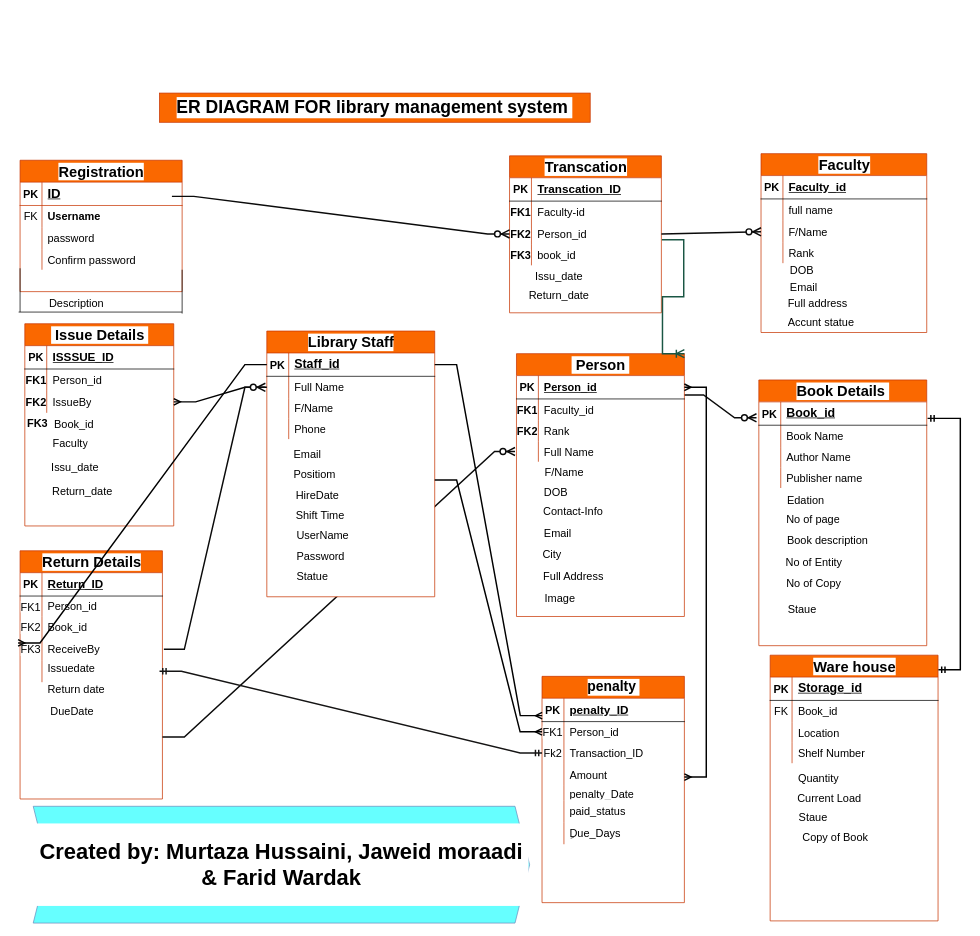
hussaini021/Library_management keeps this draw.io diagram as ER-Diagram-Library-management-System.drawio. Above is the earlier version. Source tidied: cells renumbered, new cells numbered last; positions are measured from the earlier drawing's top-left corner, leaving out a move shared by most shapes. Both pictures are drawn from the tidied source at 73%, with x=0, y=0 at pixel (18, 93).
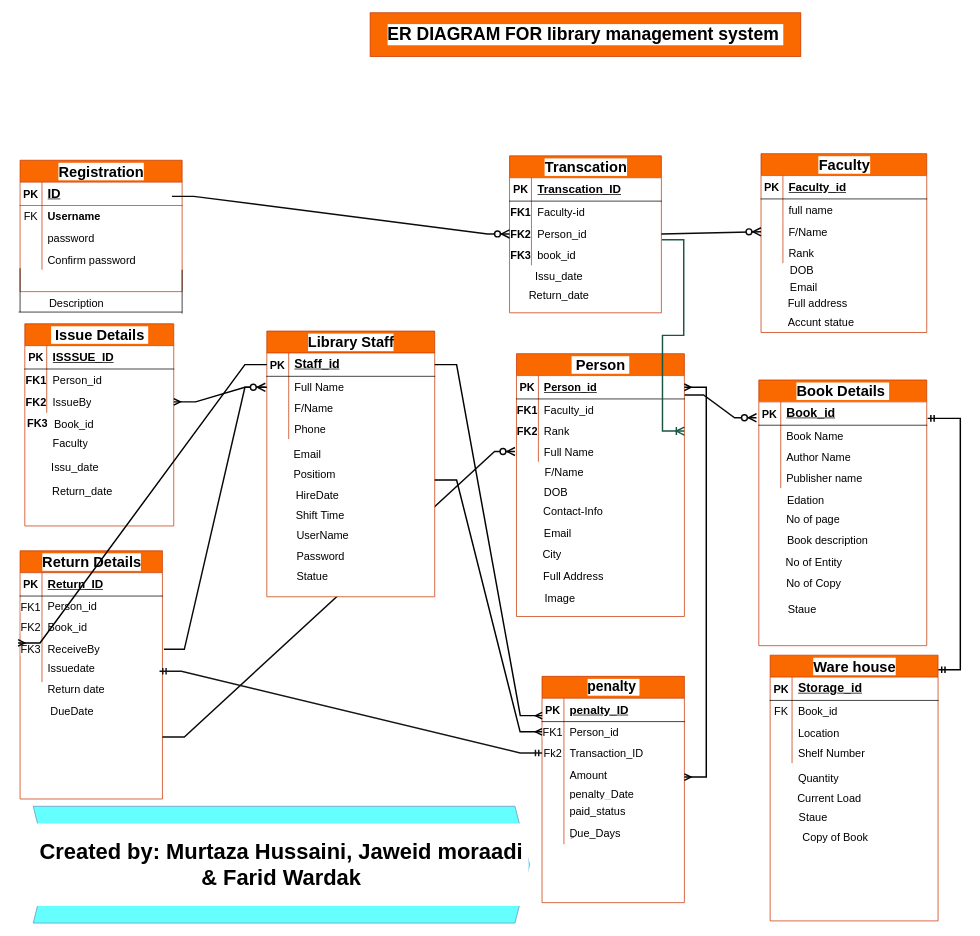
Above is the later version.

Unchanged cells that the change refers to:
```xml
<mxCell id="28" style="shape=tableRow;horizontal=0;startSize=0;swimlaneHead=0;swimlaneBody=0;fillColor=none;points=[[0,0.5],[1,0.5]];portConstraint=eastwest;top=0;left=0;right=0;bottom=0;labelBackgroundColor=#FFFFFF;fontSize=15;" parent="21" vertex="1">
  <mxGeometry y="92" width="208" height="30" as="geometry" />
</mxCell>
<mxCell id="86" value="&lt;font style=&quot;font-size: 20px;&quot;&gt;&amp;nbsp;Person&amp;nbsp;&lt;/font&gt;" style="shape=table;startSize=30;childLayout=tableLayout;rowLines=0;fontStyle=1;align=center;html=1;labelBackgroundColor=#FFFFFF;swimlaneFillColor=default;fontSize=15;fillColor=#fa6800;fontColor=#000000;strokeColor=#C73500;" parent="1" vertex="1">
  <mxGeometry x="682" y="357" width="230" height="360" as="geometry" />
</mxCell>
<mxCell id="93" style="shape=tableRow;horizontal=0;startSize=0;swimlaneHead=0;swimlaneBody=0;fillColor=none;points=[[0,0.5],[1,0.5]];portConstraint=eastwest;top=0;left=0;right=0;bottom=0;labelBackgroundColor=#FFFFFF;fontSize=15;" parent="86" vertex="1">
  <mxGeometry y="92" width="230" height="28" as="geometry" />
</mxCell>
```

Change to the diagram source:
```diff
@@
     <mxCell id="51" value="&lt;b&gt;&lt;font style=&quot;font-size: 24px;&quot;&gt;ER DIAGRAM FOR library management system&amp;nbsp;&lt;/font&gt;&lt;/b&gt;" style="rounded=0;whiteSpace=wrap;html=1;labelBackgroundColor=#FFFFFF;fontSize=15;fillColor=#fa6800;strokeColor=#C73500;fontColor=#000000;" parent="1" vertex="1">
-      <mxGeometry x="193" width="590" height="40" as="geometry" />
+      <mxGeometry x="481.5" y="-110" width="590" height="60" as="geometry" />
     </mxCell>
@@
-    <mxCell id="124" style="edgeStyle=entityRelationEdgeStyle;fontSize=12;html=1;endArrow=ERoneToMany;startArrow=none;rounded=0;labelBackgroundColor=light-dark(#171616, #121212);verticalAlign=middle;fontFamily=Verdana;labelBorderColor=default;textShadow=0;startFill=0;endSize=8;startSize=8;targetPerimeterSpacing=2;sourcePerimeterSpacing=2;strokeColor=light-dark(#1a5644, #babdc0);jumpStyle=line;strokeWidth=2;fillColor=#cdeb8b;exitX=1.003;exitY=0.76;exitDx=0;exitDy=0;exitPerimeter=0;entryX=1;entryY=0;entryDx=0;entryDy=0;" parent="1" edge="1" source="28" target="86">
+    <mxCell id="124" style="edgeStyle=entityRelationEdgeStyle;fontSize=12;html=1;endArrow=ERoneToMany;startArrow=none;rounded=0;labelBackgroundColor=light-dark(#171616, #121212);verticalAlign=middle;fontFamily=Verdana;labelBorderColor=default;textShadow=0;startFill=0;endSize=8;startSize=8;targetPerimeterSpacing=2;sourcePerimeterSpacing=2;strokeColor=light-dark(#1a5644, #babdc0);jumpStyle=line;strokeWidth=2;fillColor=#cdeb8b;exitX=1.003;exitY=0.76;exitDx=0;exitDy=0;exitPerimeter=0;entryX=1;entryY=0.5;entryDx=0;entryDy=0;" parent="1" edge="1" source="28" target="93">
       <mxGeometry relative="1" as="geometry">
         <Array as="points">
           <mxPoint x="655.5" y="484" />
           <mxPoint x="566" y="327" />
           <mxPoint x="626" y="347" />
         </Array>
       </mxGeometry>
     </mxCell>
```
